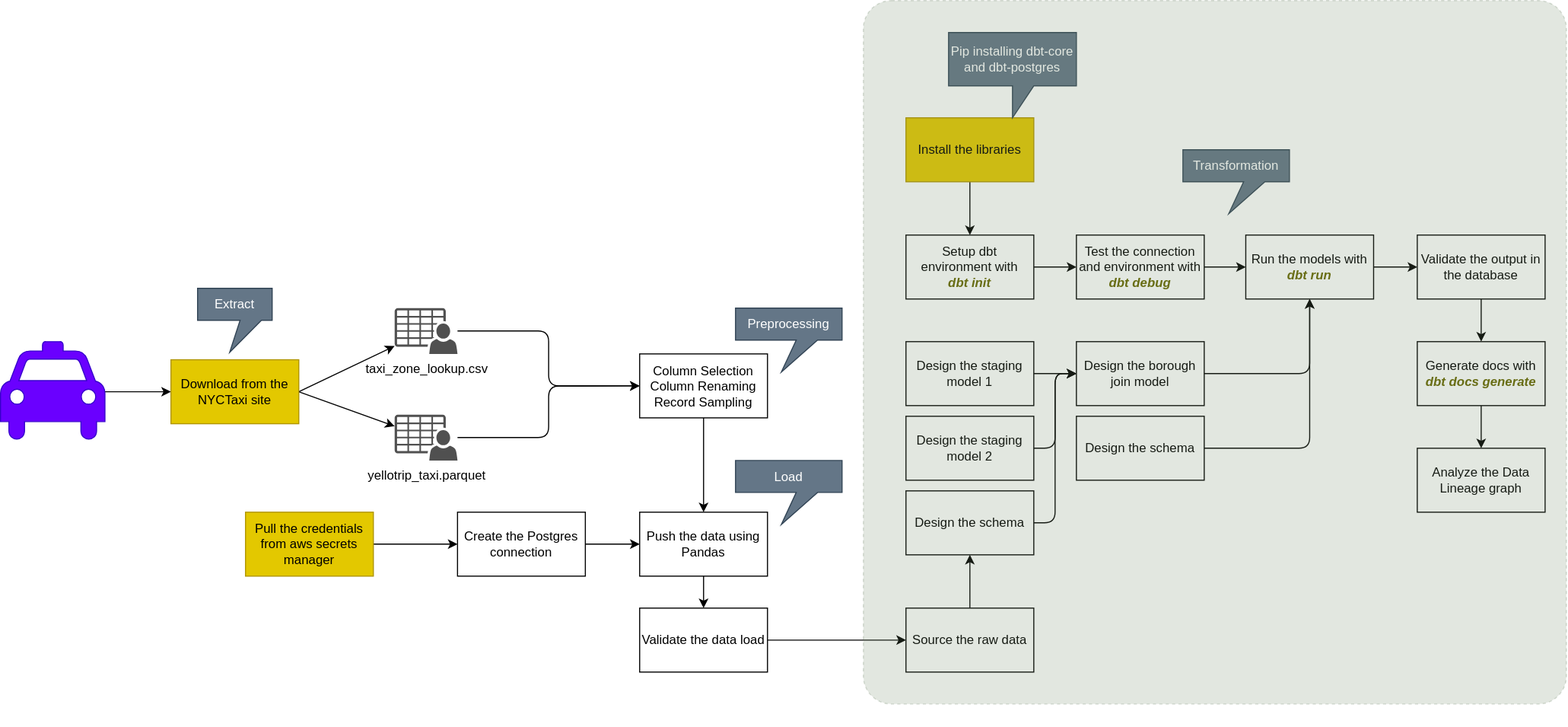
This is 03-processing/dbt/lab-nyctaxi/flow.drawio.svg from sparsh-ai/recohut, a draw.io export, as it was before one commit. Source tidied: cells renumbered, new cells last; positions are measured from the earlier drawing's top-left corner, leaving out a move shared by most shapes. Its diagram source:
```xml
<mxGraphModel>
  <root>
    <mxCell id="0" />
    <mxCell id="1" parent="0" />
    <mxCell id="2" style="edgeStyle=orthogonalEdgeStyle;html=1;fontColor=#666600;" parent="1" edge="1" source="3" target="23">
      <mxGeometry relative="1" as="geometry" />
    </mxCell>
    <mxCell id="3" value="Install the libraries" style="rounded=0;whiteSpace=wrap;html=1;fillColor=#e3c800;fontColor=#000000;strokeColor=#B09500;" parent="1" vertex="1">
      <mxGeometry x="850" y="110" width="120" height="60" as="geometry" />
    </mxCell>
    <mxCell id="4" value="&lt;span&gt;Pip installing dbt-core and dbt-postgres&lt;/span&gt;" style="shape=callout;whiteSpace=wrap;html=1;perimeter=calloutPerimeter;fillColor=#647687;fontColor=#ffffff;strokeColor=#314354;" parent="1" vertex="1">
      <mxGeometry x="890" y="30" width="120" height="80" as="geometry" />
    </mxCell>
    <mxCell id="5" style="edgeStyle=orthogonalEdgeStyle;html=1;entryX=0;entryY=0.5;entryDx=0;entryDy=0;" parent="1" edge="1" source="6" target="13">
      <mxGeometry relative="1" as="geometry" />
    </mxCell>
    <mxCell id="6" value="taxi_zone_lookup.csv" style="sketch=0;shadow=0;dashed=0;html=1;strokeColor=none;fillColor=#505050;labelPosition=center;verticalLabelPosition=bottom;verticalAlign=top;outlineConnect=0;align=center;shape=mxgraph.office.users.csv_file;" parent="1" vertex="1">
      <mxGeometry x="370" y="288.5" width="59" height="43" as="geometry" />
    </mxCell>
    <mxCell id="7" style="edgeStyle=orthogonalEdgeStyle;html=1;entryX=0;entryY=0.5;entryDx=0;entryDy=0;" parent="1" edge="1" source="8" target="13">
      <mxGeometry relative="1" as="geometry" />
    </mxCell>
    <mxCell id="8" value="yellotrip_taxi.parquet" style="sketch=0;shadow=0;dashed=0;html=1;strokeColor=none;fillColor=#505050;labelPosition=center;verticalLabelPosition=bottom;verticalAlign=top;outlineConnect=0;align=center;shape=mxgraph.office.users.csv_file;" parent="1" vertex="1">
      <mxGeometry x="370" y="388.5" width="59" height="43" as="geometry" />
    </mxCell>
    <mxCell id="9" style="edgeStyle=none;html=1;" parent="1" edge="1" source="10" target="47">
      <mxGeometry relative="1" as="geometry" />
    </mxCell>
    <mxCell id="10" value="NYC Taxi Source" style="shape=mxgraph.signs.transportation.taxi;html=1;fillColor=#6a00ff;strokeColor=#3700CC;verticalLabelPosition=bottom;verticalAlign=top;align=center;fontColor=#ffffff;" parent="1" vertex="1">
      <mxGeometry y="320" width="98" height="94" as="geometry" />
    </mxCell>
    <mxCell id="11" value="&lt;span&gt;Extract&lt;/span&gt;" style="shape=callout;whiteSpace=wrap;html=1;perimeter=calloutPerimeter;fillColor=#647687;fontColor=#ffffff;strokeColor=#314354;position2=0.43;size=30;position=0.57;" parent="1" vertex="1">
      <mxGeometry x="185" y="270" width="70" height="60" as="geometry" />
    </mxCell>
    <mxCell id="12" style="edgeStyle=orthogonalEdgeStyle;html=1;entryX=0.5;entryY=0;entryDx=0;entryDy=0;" parent="1" edge="1" source="13" target="20">
      <mxGeometry relative="1" as="geometry" />
    </mxCell>
    <mxCell id="13" value="Column Selection&lt;br&gt;Column Renaming&lt;br&gt;Record Sampling" style="rounded=0;whiteSpace=wrap;html=1;" parent="1" vertex="1">
      <mxGeometry x="600" y="331.5" width="120" height="60" as="geometry" />
    </mxCell>
    <mxCell id="14" value="&lt;span&gt;Preprocessing&lt;/span&gt;" style="shape=callout;whiteSpace=wrap;html=1;perimeter=calloutPerimeter;fillColor=#647687;fontColor=#ffffff;strokeColor=#314354;position2=0.43;size=30;position=0.57;" parent="1" vertex="1">
      <mxGeometry x="690" y="288.5" width="100" height="60" as="geometry" />
    </mxCell>
    <mxCell id="15" style="edgeStyle=orthogonalEdgeStyle;html=1;entryX=0;entryY=0.5;entryDx=0;entryDy=0;" parent="1" edge="1" source="16" target="18">
      <mxGeometry relative="1" as="geometry" />
    </mxCell>
    <mxCell id="16" value="Pull the credentials from aws secrets manager" style="rounded=0;whiteSpace=wrap;html=1;fillColor=#e3c800;fontColor=#000000;strokeColor=#B09500;" parent="1" vertex="1">
      <mxGeometry x="230" y="480" width="120" height="60" as="geometry" />
    </mxCell>
    <mxCell id="17" style="edgeStyle=orthogonalEdgeStyle;html=1;entryX=0;entryY=0.5;entryDx=0;entryDy=0;" parent="1" edge="1" source="18" target="20">
      <mxGeometry relative="1" as="geometry" />
    </mxCell>
    <mxCell id="18" value="Create the Postgres connection" style="rounded=0;whiteSpace=wrap;html=1;" parent="1" vertex="1">
      <mxGeometry x="429" y="480" width="120" height="60" as="geometry" />
    </mxCell>
    <mxCell id="19" style="edgeStyle=none;html=1;" parent="1" edge="1" source="20" target="50">
      <mxGeometry relative="1" as="geometry" />
    </mxCell>
    <mxCell id="20" value="Push the data using Pandas" style="rounded=0;whiteSpace=wrap;html=1;" parent="1" vertex="1">
      <mxGeometry x="600" y="480" width="120" height="60" as="geometry" />
    </mxCell>
    <mxCell id="21" value="&lt;span&gt;Load&lt;/span&gt;" style="shape=callout;whiteSpace=wrap;html=1;perimeter=calloutPerimeter;fillColor=#647687;fontColor=#ffffff;strokeColor=#314354;position2=0.43;size=30;position=0.57;" parent="1" vertex="1">
      <mxGeometry x="690" y="431.5" width="100" height="60" as="geometry" />
    </mxCell>
    <mxCell id="22" style="edgeStyle=none;html=1;fontColor=#666600;" parent="1" edge="1" source="23" target="25">
      <mxGeometry relative="1" as="geometry" />
    </mxCell>
    <mxCell id="23" value="Setup dbt environment with&lt;br&gt;&lt;i&gt;&lt;font color=&quot;#666600&quot;&gt;&lt;b&gt;dbt init&lt;/b&gt;&lt;/font&gt;&lt;/i&gt;" style="rounded=0;whiteSpace=wrap;html=1;" parent="1" vertex="1">
      <mxGeometry x="850" y="220" width="120" height="60" as="geometry" />
    </mxCell>
    <mxCell id="24" style="edgeStyle=orthogonalEdgeStyle;html=1;fontColor=#666600;" parent="1" edge="1" source="25" target="29">
      <mxGeometry relative="1" as="geometry" />
    </mxCell>
    <mxCell id="25" value="Test the connection and environment with&lt;br&gt;&lt;i&gt;&lt;font color=&quot;#666600&quot;&gt;&lt;b&gt;dbt debug&lt;/b&gt;&lt;/font&gt;&lt;/i&gt;" style="rounded=0;whiteSpace=wrap;html=1;" parent="1" vertex="1">
      <mxGeometry x="1010" y="220" width="120" height="60" as="geometry" />
    </mxCell>
    <mxCell id="26" style="edgeStyle=orthogonalEdgeStyle;html=1;fontColor=#666600;" parent="1" edge="1" source="27" target="37">
      <mxGeometry relative="1" as="geometry" />
    </mxCell>
    <mxCell id="27" value="Design the staging model 1" style="rounded=0;whiteSpace=wrap;html=1;" parent="1" vertex="1">
      <mxGeometry x="850" y="320" width="120" height="60" as="geometry" />
    </mxCell>
    <mxCell id="28" style="edgeStyle=orthogonalEdgeStyle;html=1;fontColor=#666600;" parent="1" edge="1" source="29" target="31">
      <mxGeometry relative="1" as="geometry" />
    </mxCell>
    <mxCell id="29" value="Run the models with&lt;br&gt;&lt;i&gt;&lt;font color=&quot;#666600&quot;&gt;&lt;b&gt;dbt run&lt;/b&gt;&lt;/font&gt;&lt;/i&gt;" style="rounded=0;whiteSpace=wrap;html=1;" parent="1" vertex="1">
      <mxGeometry x="1169" y="220" width="120" height="60" as="geometry" />
    </mxCell>
    <mxCell id="30" style="edgeStyle=orthogonalEdgeStyle;html=1;fontColor=#666600;" parent="1" edge="1" source="31" target="41">
      <mxGeometry relative="1" as="geometry" />
    </mxCell>
    <mxCell id="31" value="Validate the output in the database" style="rounded=0;whiteSpace=wrap;html=1;" parent="1" vertex="1">
      <mxGeometry x="1330" y="220" width="120" height="60" as="geometry" />
    </mxCell>
    <mxCell id="32" style="edgeStyle=orthogonalEdgeStyle;html=1;entryX=0;entryY=0.5;entryDx=0;entryDy=0;fontColor=#666600;" parent="1" edge="1" source="33" target="37">
      <mxGeometry relative="1" as="geometry" />
    </mxCell>
    <mxCell id="33" value="Design the schema" style="rounded=0;whiteSpace=wrap;html=1;" parent="1" vertex="1">
      <mxGeometry x="850" y="460" width="120" height="60" as="geometry" />
    </mxCell>
    <mxCell id="34" style="edgeStyle=orthogonalEdgeStyle;html=1;entryX=0;entryY=0.5;entryDx=0;entryDy=0;fontColor=#666600;" parent="1" edge="1" source="35" target="37">
      <mxGeometry relative="1" as="geometry" />
    </mxCell>
    <mxCell id="35" value="Design the staging model 2" style="rounded=0;whiteSpace=wrap;html=1;" parent="1" vertex="1">
      <mxGeometry x="850" y="390" width="120" height="60" as="geometry" />
    </mxCell>
    <mxCell id="36" style="edgeStyle=orthogonalEdgeStyle;html=1;entryX=0.5;entryY=1;entryDx=0;entryDy=0;fontColor=#666600;" parent="1" edge="1" source="37" target="29">
      <mxGeometry relative="1" as="geometry" />
    </mxCell>
    <mxCell id="37" value="Design the borough join model" style="rounded=0;whiteSpace=wrap;html=1;" parent="1" vertex="1">
      <mxGeometry x="1010" y="320" width="120" height="60" as="geometry" />
    </mxCell>
    <mxCell id="38" style="edgeStyle=orthogonalEdgeStyle;html=1;entryX=0.5;entryY=1;entryDx=0;entryDy=0;fontColor=#666600;" parent="1" edge="1" source="39" target="29">
      <mxGeometry relative="1" as="geometry" />
    </mxCell>
    <mxCell id="39" value="Design the schema" style="rounded=0;whiteSpace=wrap;html=1;" parent="1" vertex="1">
      <mxGeometry x="1010" y="390" width="120" height="60" as="geometry" />
    </mxCell>
    <mxCell id="40" style="edgeStyle=orthogonalEdgeStyle;html=1;fontColor=#666600;" parent="1" edge="1" source="41" target="44">
      <mxGeometry relative="1" as="geometry" />
    </mxCell>
    <mxCell id="41" value="Generate docs with&lt;br&gt;&lt;i&gt;&lt;font color=&quot;#666600&quot;&gt;&lt;b&gt;dbt docs generate&lt;/b&gt;&lt;/font&gt;&lt;/i&gt;" style="rounded=0;whiteSpace=wrap;html=1;" parent="1" vertex="1">
      <mxGeometry x="1330" y="320" width="120" height="60" as="geometry" />
    </mxCell>
    <mxCell id="42" style="edgeStyle=orthogonalEdgeStyle;html=1;fontColor=#666600;" parent="1" edge="1" source="43" target="33">
      <mxGeometry relative="1" as="geometry" />
    </mxCell>
    <mxCell id="43" value="Source the raw data" style="rounded=0;whiteSpace=wrap;html=1;" parent="1" vertex="1">
      <mxGeometry x="850" y="570" width="120" height="60" as="geometry" />
    </mxCell>
    <mxCell id="44" value="Analyze the Data Lineage graph" style="rounded=0;whiteSpace=wrap;html=1;" parent="1" vertex="1">
      <mxGeometry x="1330" y="420" width="120" height="60" as="geometry" />
    </mxCell>
    <mxCell id="45" style="edgeStyle=none;html=1;exitX=1;exitY=0.5;exitDx=0;exitDy=0;" parent="1" edge="1" source="47" target="6">
      <mxGeometry relative="1" as="geometry" />
    </mxCell>
    <mxCell id="46" style="edgeStyle=none;html=1;exitX=1;exitY=0.5;exitDx=0;exitDy=0;" parent="1" edge="1" source="47" target="8">
      <mxGeometry relative="1" as="geometry" />
    </mxCell>
    <mxCell id="47" value="Download from the NYCTaxi site" style="rounded=0;whiteSpace=wrap;html=1;fillColor=#e3c800;fontColor=#000000;strokeColor=#B09500;" parent="1" vertex="1">
      <mxGeometry x="160" y="337" width="120" height="60" as="geometry" />
    </mxCell>
    <mxCell id="48" value="&lt;span&gt;Transformation&lt;/span&gt;" style="shape=callout;whiteSpace=wrap;html=1;perimeter=calloutPerimeter;fillColor=#647687;fontColor=#ffffff;strokeColor=#314354;position2=0.43;size=30;position=0.57;" parent="1" vertex="1">
      <mxGeometry x="1110" y="140" width="100" height="60" as="geometry" />
    </mxCell>
    <mxCell id="49" style="edgeStyle=none;html=1;entryX=0;entryY=0.5;entryDx=0;entryDy=0;" parent="1" edge="1" source="50" target="43">
      <mxGeometry relative="1" as="geometry" />
    </mxCell>
    <mxCell id="50" value="Validate the data load" style="rounded=0;whiteSpace=wrap;html=1;" parent="1" vertex="1">
      <mxGeometry x="600" y="570" width="120" height="60" as="geometry" />
    </mxCell>
    <mxCell id="51" value="Analytics Layer" style="rounded=1;whiteSpace=wrap;html=1;fillColor=#6d8764;dashed=1;arcSize=4;labelPosition=center;verticalLabelPosition=bottom;align=center;verticalAlign=top;fontStyle=1;fontColor=#ffffff;strokeColor=#3A5431;opacity=20;" parent="1" vertex="1">
      <mxGeometry x="810" width="660" height="660" as="geometry" />
    </mxCell>
  </root>
</mxGraphModel>
```
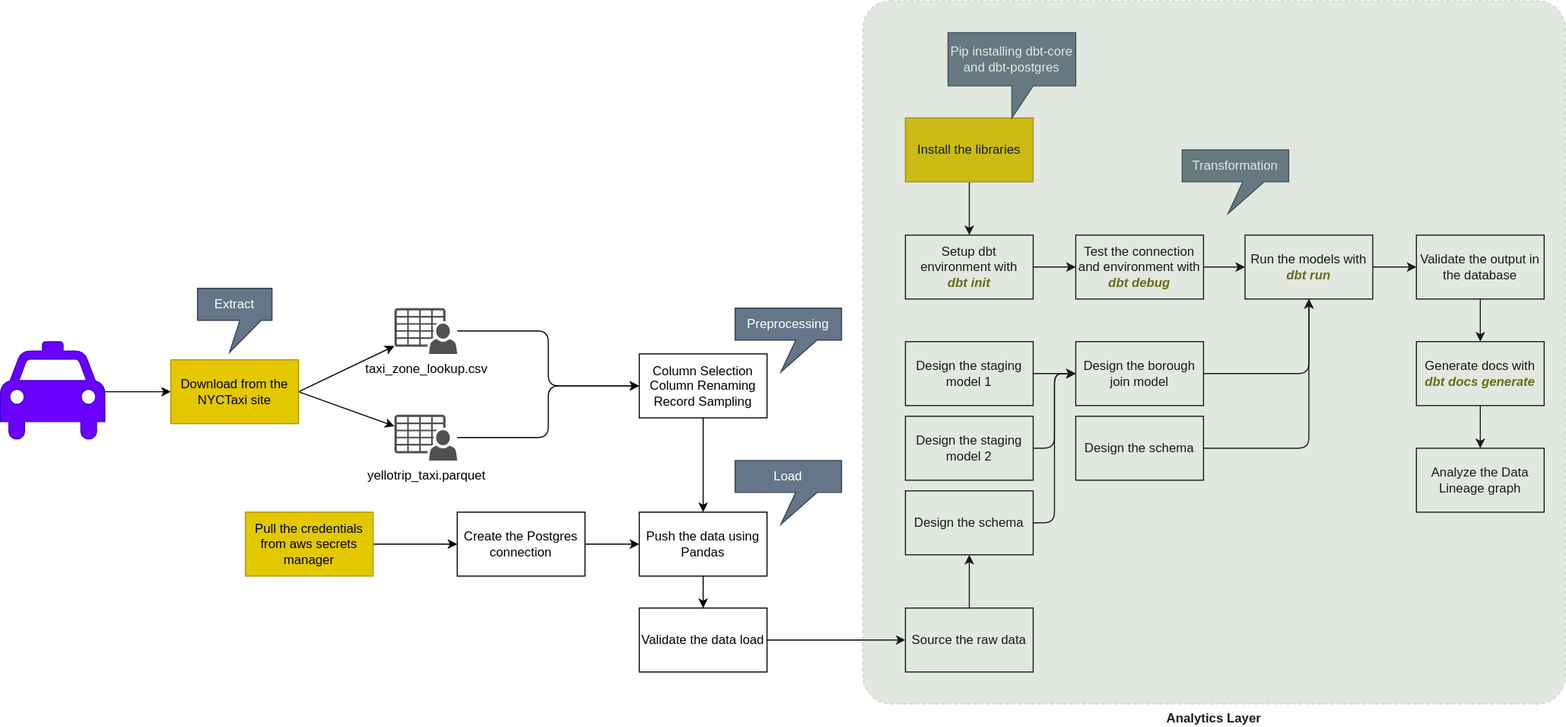
Above is the later version.

Diff of the diagram source:
```diff
@@ -149,7 +149,7 @@
     <mxCell id="50" value="Validate the data load" style="rounded=0;whiteSpace=wrap;html=1;" parent="1" vertex="1">
       <mxGeometry x="600" y="570" width="120" height="60" as="geometry" />
     </mxCell>
-    <mxCell id="51" value="Analytics Layer" style="rounded=1;whiteSpace=wrap;html=1;fillColor=#6d8764;dashed=1;arcSize=4;labelPosition=center;verticalLabelPosition=bottom;align=center;verticalAlign=top;fontStyle=1;fontColor=#ffffff;strokeColor=#3A5431;opacity=20;" parent="1" vertex="1">
+    <mxCell id="51" value="Analytics Layer" style="rounded=1;whiteSpace=wrap;html=1;fillColor=#6d8764;dashed=1;arcSize=4;labelPosition=center;verticalLabelPosition=bottom;align=center;verticalAlign=top;fontStyle=1;fontColor=#1A1A1A;strokeColor=#3A5431;opacity=20;" parent="1" vertex="1">
       <mxGeometry x="810" width="660" height="660" as="geometry" />
     </mxCell>
   </root>
```
